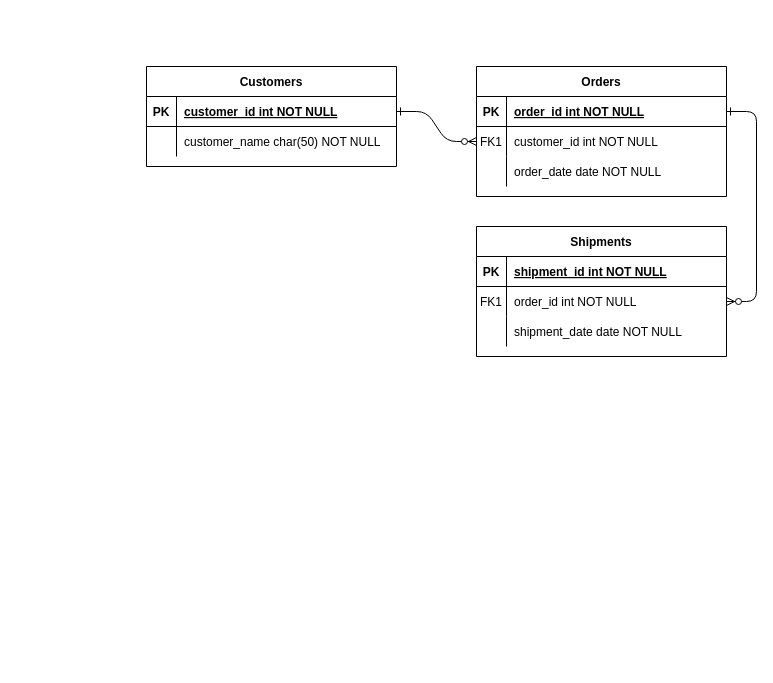
This is e_giftcard_erd.drawio from jjschmitt1/e_giftcard_erd, a draw.io file, before an edit. Source tidied: cells renumbered, new cells numbered last; positions are measured from the earlier drawing's top-left corner, leaving out a move shared by most shapes. Both pictures are drawn from the tidied source at 100%, with x=0, y=0 at pixel (146, 66).
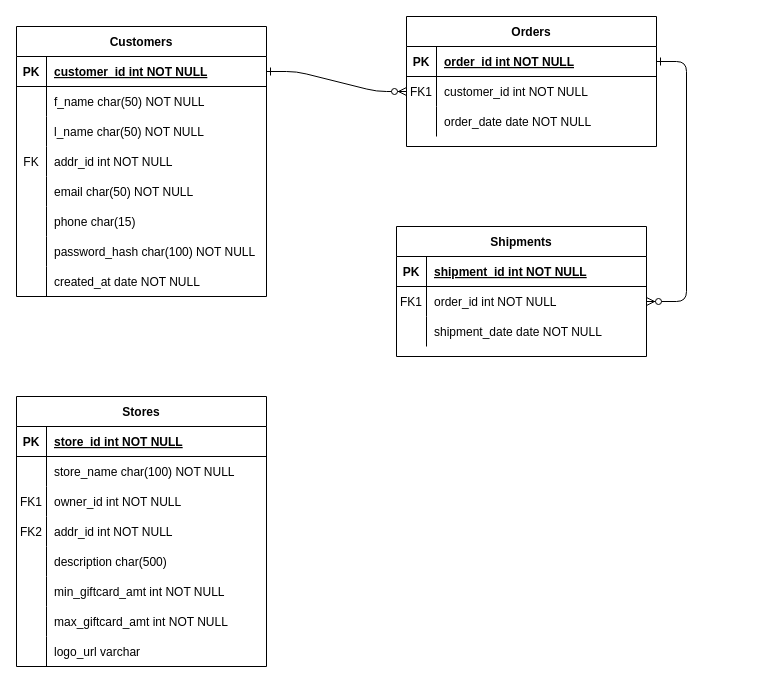
The same page after the edit.

The edit, as a diff of the source:
```diff
@@
     <mxCell id="4" value="Orders" style="shape=table;startSize=30;childLayout=tableLayout;rowLines=0;fontStyle=1;align=center;" parent="1" vertex="1">
-      <mxGeometry x="330" width="250" height="130" as="geometry" />
+      <mxGeometry x="260" y="-50" width="250" height="130" as="geometry" />
     </mxCell>
@@
     <mxCell id="14" value="Shipments" style="shape=table;startSize=30;childLayout=tableLayout;rowLines=0;fontStyle=1;align=center;" parent="1" vertex="1">
-      <mxGeometry x="330" y="160" width="250" height="130" as="geometry" />
+      <mxGeometry x="250" y="160" width="250" height="130" as="geometry" />
     </mxCell>
@@
     <mxCell id="24" value="Customers" style="shape=table;startSize=30;childLayout=tableLayout;rowLines=0;fontStyle=1;align=center;" parent="1" vertex="1">
-      <mxGeometry width="250" height="100" as="geometry" />
+      <mxGeometry x="-130" y="-40" width="250" height="270" as="geometry" />
     </mxCell>
@@
+    <mxCell id="31" style="shape=partialRectangle;fillColor=none;top=0;left=0;right=0;bottom=0;" parent="24" vertex="1">
+      <mxGeometry y="60" width="250" height="30" as="geometry" />
+    </mxCell>
+    <mxCell id="32" style="shape=partialRectangle;overflow=hidden;fillColor=none;top=0;left=0;bottom=0;right=0;" parent="31" vertex="1">
+      <mxGeometry width="30" height="30" as="geometry" />
+    </mxCell>
+    <mxCell id="33" value="f_name char(50) NOT NULL" style="shape=partialRectangle;overflow=hidden;fillColor=none;top=0;left=0;bottom=0;right=0;align=left;spacingLeft=6;" parent="31" vertex="1">
+      <mxGeometry x="30" width="220" height="30" as="geometry" />
+    </mxCell>
+    <mxCell id="34" style="shape=partialRectangle;fillColor=none;top=0;left=0;right=0;bottom=0;" parent="24" vertex="1">
+      <mxGeometry y="90" width="250" height="30" as="geometry" />
+    </mxCell>
+    <mxCell id="35" style="shape=partialRectangle;overflow=hidden;fillColor=none;top=0;left=0;bottom=0;right=0;" parent="34" vertex="1">
+      <mxGeometry width="30" height="30" as="geometry" />
+    </mxCell>
+    <mxCell id="36" value="l_name char(50) NOT NULL" style="shape=partialRectangle;overflow=hidden;fillColor=none;top=0;left=0;bottom=0;right=0;align=left;spacingLeft=6;" parent="34" vertex="1">
+      <mxGeometry x="30" width="220" height="30" as="geometry" />
+    </mxCell>
+    <mxCell id="37" style="shape=partialRectangle;fillColor=none;top=0;left=0;right=0;bottom=0;" parent="24" vertex="1">
+      <mxGeometry y="120" width="250" height="30" as="geometry" />
+    </mxCell>
+    <mxCell id="38" style="shape=partialRectangle;overflow=hidden;fillColor=none;top=0;left=0;bottom=0;right=0;" parent="37" vertex="1">
+      <mxGeometry width="30" height="30" as="geometry" />
+    </mxCell>
+    <mxCell id="39" value="addr_id int NOT NULL" style="shape=partialRectangle;overflow=hidden;fillColor=none;top=0;left=0;bottom=0;right=0;align=left;spacingLeft=6;" parent="37" vertex="1">
+      <mxGeometry x="30" width="220" height="30" as="geometry" />
+    </mxCell>
+    <mxCell id="40" style="shape=partialRectangle;fillColor=none;top=0;left=0;right=0;bottom=0;" parent="24" vertex="1">
+      <mxGeometry y="150" width="250" height="30" as="geometry" />
+    </mxCell>
+    <mxCell id="41" style="shape=partialRectangle;overflow=hidden;fillColor=none;top=0;left=0;bottom=0;right=0;" parent="40" vertex="1">
+      <mxGeometry width="30" height="30" as="geometry" />
+    </mxCell>
+    <mxCell id="42" value="email char(50) NOT NULL" style="shape=partialRectangle;overflow=hidden;fillColor=none;top=0;left=0;bottom=0;right=0;align=left;spacingLeft=6;" parent="40" vertex="1">
+      <mxGeometry x="30" width="220" height="30" as="geometry" />
+    </mxCell>
+    <mxCell id="43" style="shape=partialRectangle;fillColor=none;top=0;left=0;right=0;bottom=0;" parent="24" vertex="1">
+      <mxGeometry y="180" width="250" height="30" as="geometry" />
+    </mxCell>
+    <mxCell id="44" style="shape=partialRectangle;overflow=hidden;fillColor=none;top=0;left=0;bottom=0;right=0;" parent="43" vertex="1">
+      <mxGeometry width="30" height="30" as="geometry" />
+    </mxCell>
+    <mxCell id="45" value="phone char(15) " style="shape=partialRectangle;overflow=hidden;fillColor=none;top=0;left=0;bottom=0;right=0;align=left;spacingLeft=6;" parent="43" vertex="1">
+      <mxGeometry x="30" width="220" height="30" as="geometry" />
+    </mxCell>
+    <mxCell id="46" style="shape=partialRectangle;fillColor=none;top=0;left=0;right=0;bottom=0;" parent="24" vertex="1">
+      <mxGeometry y="210" width="250" height="30" as="geometry" />
+    </mxCell>
+    <mxCell id="47" style="shape=partialRectangle;overflow=hidden;fillColor=none;top=0;left=0;bottom=0;right=0;" parent="46" vertex="1">
+      <mxGeometry width="30" height="30" as="geometry" />
+    </mxCell>
+    <mxCell id="48" value="password_hash char(100) NOT NULL" style="shape=partialRectangle;overflow=hidden;fillColor=none;top=0;left=0;bottom=0;right=0;align=left;spacingLeft=6;" parent="46" vertex="1">
+      <mxGeometry x="30" width="220" height="30" as="geometry" />
+    </mxCell>
     <mxCell id="28" style="shape=partialRectangle;fillColor=none;top=0;left=0;right=0;bottom=0;" parent="24" vertex="1">
-      <mxGeometry y="60" width="250" height="30" as="geometry" />
+      <mxGeometry y="240" width="250" height="30" as="geometry" />
     </mxCell>
@@
-    <mxCell id="30" value="customer_name char(50) NOT NULL" style="shape=partialRectangle;overflow=hidden;fillColor=none;top=0;left=0;bottom=0;right=0;align=left;spacingLeft=6;" parent="28" vertex="1">
+    <mxCell id="30" value="created_at date NOT NULL" style="shape=partialRectangle;overflow=hidden;fillColor=none;top=0;left=0;bottom=0;right=0;align=left;spacingLeft=6;" parent="28" vertex="1">
       <mxGeometry x="30" width="220" height="30" as="geometry" />
     </mxCell>
+    <mxCell id="49" value="FK" style="shape=partialRectangle;overflow=hidden;fillColor=none;top=0;left=0;bottom=0;right=0;fontStyle=0;" parent="1" vertex="1">
+      <mxGeometry x="-130" y="80" width="30" height="30" as="geometry" />
+    </mxCell>
+    <mxCell id="50" value="Stores" style="shape=table;startSize=30;childLayout=tableLayout;rowLines=0;fontStyle=1;align=center;" parent="1" vertex="1">
+      <mxGeometry x="-130" y="330" width="250" height="270" as="geometry" />
+    </mxCell>
+    <mxCell id="51" style="shape=partialRectangle;fillColor=none;top=0;left=0;right=0;bottom=1;" parent="50" vertex="1">
+      <mxGeometry y="30" width="250" height="30" as="geometry" />
+    </mxCell>
+    <mxCell id="52" value="PK" style="shape=partialRectangle;overflow=hidden;fillColor=none;top=0;left=0;bottom=0;right=0;fontStyle=1;" parent="51" vertex="1">
+      <mxGeometry width="30" height="30" as="geometry" />
+    </mxCell>
+    <mxCell id="53" value="store_id int NOT NULL" style="shape=partialRectangle;overflow=hidden;fillColor=none;top=0;left=0;bottom=0;right=0;align=left;spacingLeft=6;fontStyle=5;" parent="51" vertex="1">
+      <mxGeometry x="30" width="220" height="30" as="geometry" />
+    </mxCell>
+    <mxCell id="54" style="shape=partialRectangle;fillColor=none;top=0;left=0;right=0;bottom=0;" parent="50" vertex="1">
+      <mxGeometry y="60" width="250" height="30" as="geometry" />
+    </mxCell>
+    <mxCell id="55" style="shape=partialRectangle;overflow=hidden;fillColor=none;top=0;left=0;bottom=0;right=0;" parent="54" vertex="1">
+      <mxGeometry width="30" height="30" as="geometry" />
+    </mxCell>
+    <mxCell id="56" value="store_name char(100) NOT NULL" style="shape=partialRectangle;overflow=hidden;fillColor=none;top=0;left=0;bottom=0;right=0;align=left;spacingLeft=6;" parent="54" vertex="1">
+      <mxGeometry x="30" width="220" height="30" as="geometry" />
+    </mxCell>
+    <mxCell id="57" style="shape=partialRectangle;fillColor=none;top=0;left=0;right=0;bottom=0;" parent="50" vertex="1">
+      <mxGeometry y="90" width="250" height="30" as="geometry" />
+    </mxCell>
+    <mxCell id="58" value="FK1" style="shape=partialRectangle;overflow=hidden;fillColor=none;top=0;left=0;bottom=0;right=0;" parent="57" vertex="1">
+      <mxGeometry width="30" height="30" as="geometry" />
+    </mxCell>
+    <mxCell id="59" value="owner_id int NOT NULL" style="shape=partialRectangle;overflow=hidden;fillColor=none;top=0;left=0;bottom=0;right=0;align=left;spacingLeft=6;" parent="57" vertex="1">
+      <mxGeometry x="30" width="220" height="30" as="geometry" />
+    </mxCell>
+    <mxCell id="60" style="shape=partialRectangle;fillColor=none;top=0;left=0;right=0;bottom=0;" parent="50" vertex="1">
+      <mxGeometry y="120" width="250" height="30" as="geometry" />
+    </mxCell>
+    <mxCell id="61" value="FK2" style="shape=partialRectangle;overflow=hidden;fillColor=none;top=0;left=0;bottom=0;right=0;" parent="60" vertex="1">
+      <mxGeometry width="30" height="30" as="geometry" />
+    </mxCell>
+    <mxCell id="62" value="addr_id int NOT NULL" style="shape=partialRectangle;overflow=hidden;fillColor=none;top=0;left=0;bottom=0;right=0;align=left;spacingLeft=6;" parent="60" vertex="1">
+      <mxGeometry x="30" width="220" height="30" as="geometry" />
+    </mxCell>
+    <mxCell id="63" style="shape=partialRectangle;fillColor=none;top=0;left=0;right=0;bottom=0;" parent="50" vertex="1">
+      <mxGeometry y="150" width="250" height="30" as="geometry" />
+    </mxCell>
+    <mxCell id="64" style="shape=partialRectangle;overflow=hidden;fillColor=none;top=0;left=0;bottom=0;right=0;" parent="63" vertex="1">
+      <mxGeometry width="30" height="30" as="geometry" />
+    </mxCell>
+    <mxCell id="65" value="description char(500)" style="shape=partialRectangle;overflow=hidden;fillColor=none;top=0;left=0;bottom=0;right=0;align=left;spacingLeft=6;" parent="63" vertex="1">
+      <mxGeometry x="30" width="220" height="30" as="geometry" />
+    </mxCell>
+    <mxCell id="66" style="shape=partialRectangle;fillColor=none;top=0;left=0;right=0;bottom=0;" parent="50" vertex="1">
+      <mxGeometry y="180" width="250" height="30" as="geometry" />
+    </mxCell>
+    <mxCell id="67" style="shape=partialRectangle;overflow=hidden;fillColor=none;top=0;left=0;bottom=0;right=0;" parent="66" vertex="1">
+      <mxGeometry width="30" height="30" as="geometry" />
+    </mxCell>
+    <mxCell id="68" value="min_giftcard_amt int NOT NULL" style="shape=partialRectangle;overflow=hidden;fillColor=none;top=0;left=0;bottom=0;right=0;align=left;spacingLeft=6;" parent="66" vertex="1">
+      <mxGeometry x="30" width="220" height="30" as="geometry" />
+    </mxCell>
+    <mxCell id="69" style="shape=partialRectangle;fillColor=none;top=0;left=0;right=0;bottom=0;" parent="50" vertex="1">
+      <mxGeometry y="210" width="250" height="30" as="geometry" />
+    </mxCell>
+    <mxCell id="70" style="shape=partialRectangle;overflow=hidden;fillColor=none;top=0;left=0;bottom=0;right=0;" parent="69" vertex="1">
+      <mxGeometry width="30" height="30" as="geometry" />
+    </mxCell>
+    <mxCell id="71" value="max_giftcard_amt int NOT NULL" style="shape=partialRectangle;overflow=hidden;fillColor=none;top=0;left=0;bottom=0;right=0;align=left;spacingLeft=6;" parent="69" vertex="1">
+      <mxGeometry x="30" width="220" height="30" as="geometry" />
+    </mxCell>
+    <mxCell id="72" style="shape=partialRectangle;fillColor=none;top=0;left=0;right=0;bottom=0;" parent="50" vertex="1">
+      <mxGeometry y="240" width="250" height="30" as="geometry" />
+    </mxCell>
+    <mxCell id="73" style="shape=partialRectangle;overflow=hidden;fillColor=none;top=0;left=0;bottom=0;right=0;" parent="72" vertex="1">
+      <mxGeometry width="30" height="30" as="geometry" />
+    </mxCell>
+    <mxCell id="74" value="logo_url varchar" style="shape=partialRectangle;overflow=hidden;fillColor=none;top=0;left=0;bottom=0;right=0;align=left;spacingLeft=6;" parent="72" vertex="1">
+      <mxGeometry x="30" width="220" height="30" as="geometry" />
+    </mxCell>
```
